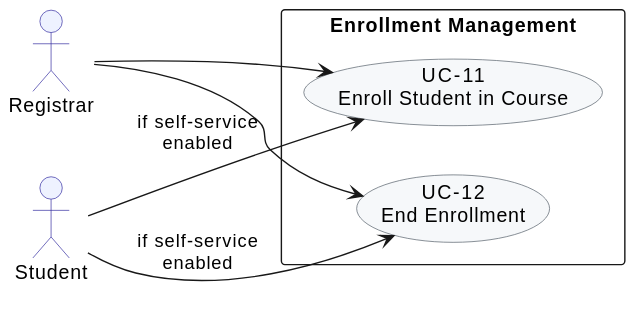
Earlier version of the PlantUML export docs/BA-docs/use-case-diagram-assets/05-enrollment-management.svg (phuchoang2005/Student-Management-System). Its diagram source:
```plantuml
@startuml
left to right direction
skinparam backgroundColor transparent
skinparam usecase {
  BackgroundColor #F6F8FA
  BorderColor #57606A
}
skinparam actor {
  BackgroundColor #EEF2FF
  BorderColor #3730A3
}

actor Registrar
actor Student

rectangle "Enrollment Management" {
  usecase "UC-11\nEnroll Student in Course" as UC11
  usecase "UC-12\nEnd Enrollment" as UC12
}

Registrar --> UC11
Registrar --> UC12
Student --> UC11 : if self-service\nenabled
Student --> UC12 : if self-service\nenabled
@enduml
```
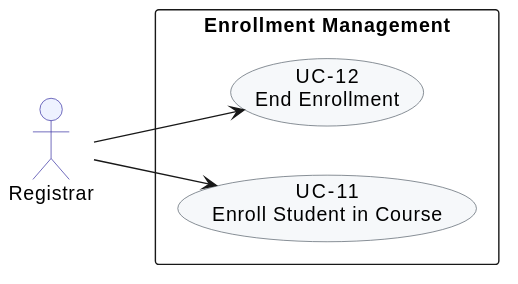
Above is the later version.

Change to the diagram source:
```diff
@@ -11,7 +11,6 @@
 }
 
 actor Registrar
-actor Student
 
 rectangle "Enrollment Management" {
   usecase "UC-11\nEnroll Student in Course" as UC11
@@ -20,6 +19,4 @@
 
 Registrar --> UC11
 Registrar --> UC12
-Student --> UC11 : if self-service\nenabled
-Student --> UC12 : if self-service\nenabled
 @enduml
```
